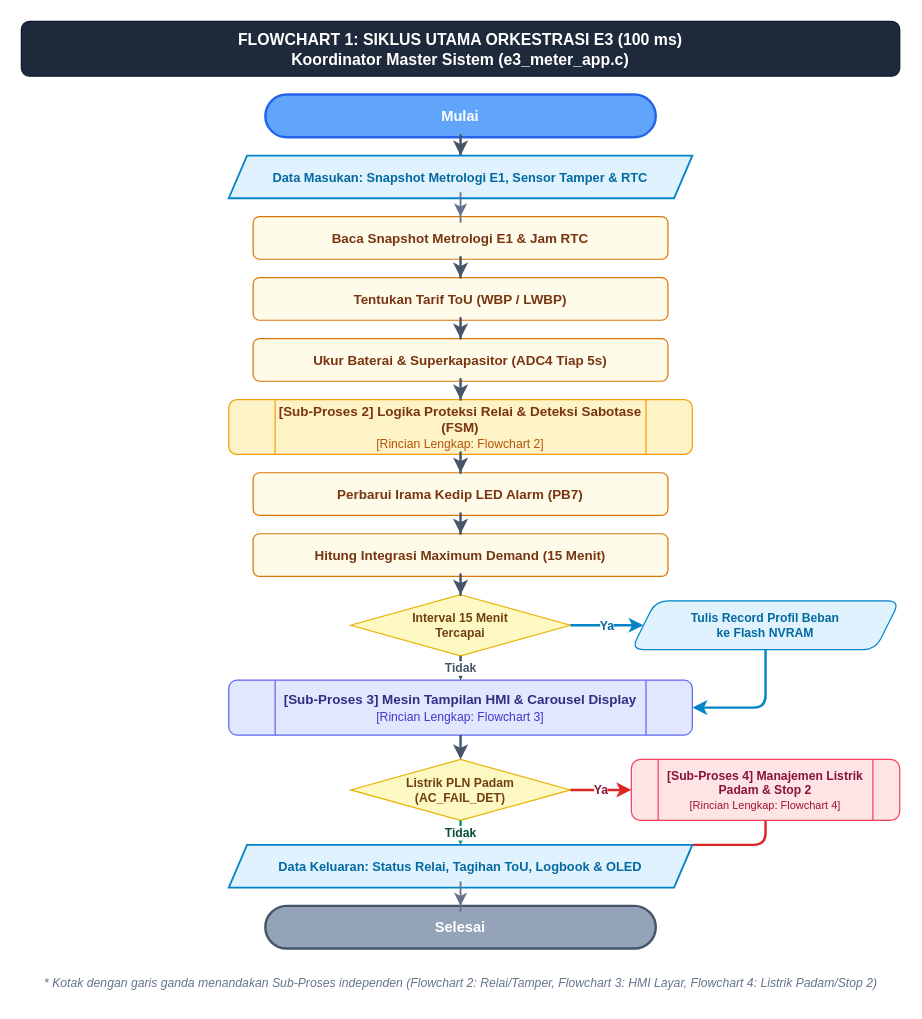
Kevla27/ALLIN keeps this draw.io diagram as page "1. Siklus Utama E3 (100ms)" (1 of 4) of docs/e3_modular_flowcharts.drawio. Above is the earlier version. Source tidied: cells renumbered, new cells numbered last; positions are measured from the earlier drawing's top-left corner, leaving out a move shared by most shapes. Both pictures are drawn from the tidied source at 122%, with x=0, y=0 at pixel (21, 21).
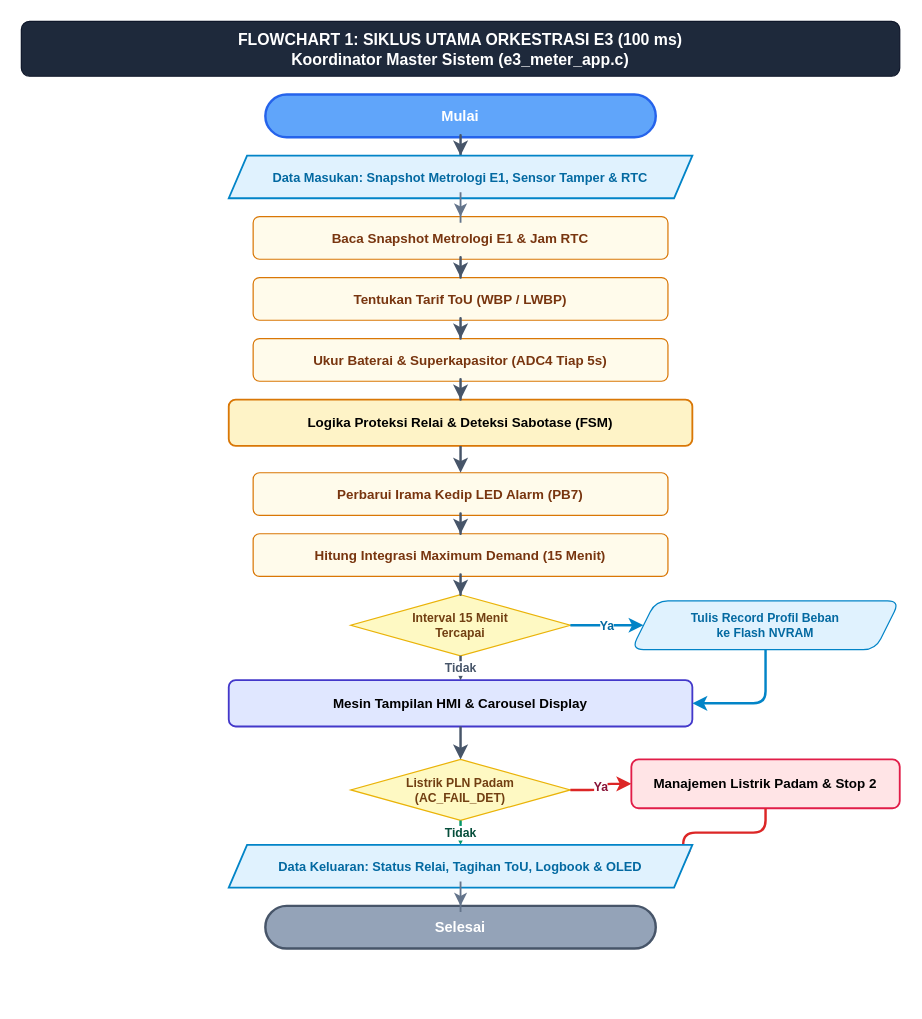
The same diagram, later.

Commit message (it also covers changes not shown here):
docs(flowchart): ubah seluruh kotak sub-proses garis ganda menjadi simbol proses biasa 1 garis

What changed in the source:
```diff
@@
-    <mxCell id="7" value="&lt;b&gt;[Sub-Proses 2] Logika Proteksi Relai &amp;amp; Deteksi Sabotase (FSM)&lt;/b&gt;&lt;br/&gt;&lt;font style=&quot;font-size:10px;color:#b45309;&quot;&gt;[Rincian Lengkap: Flowchart 2]&lt;/font&gt;" style="shape=process;backgroundOutline=1;rounded=1;whiteSpace=wrap;html=1;fillColor=#fef3c7;strokeColor=#f59e0b;fontColor=#78350f;fontSize=11;align=center;" parent="1" vertex="1">
-      <mxGeometry x="170" y="310" width="380" height="45" as="geometry" />
+    <mxCell id="7" value="&lt;b&gt;Logika Proteksi Relai &amp;amp; Deteksi Sabotase (FSM)&lt;/b&gt;" style="rounded=1;whiteSpace=wrap;html=1;fillColor=#fef3c7;strokeColor=#d97706;strokeWidth=1.5;fontColor=#000000;fontSize=11;fontFamily=Helvetica;align=center;" parent="1" vertex="1">
+      <mxGeometry x="170" y="310" width="380" height="38" as="geometry" />
     </mxCell>
@@
-    <mxCell id="12" value="&lt;b&gt;[Sub-Proses 3] Mesin Tampilan HMI &amp;amp; Carousel Display&lt;/b&gt;&lt;br/&gt;&lt;font style=&quot;font-size:10px;color:#4338ca;&quot;&gt;[Rincian Lengkap: Flowchart 3]&lt;/font&gt;" style="shape=process;backgroundOutline=1;rounded=1;whiteSpace=wrap;html=1;fillColor=#e0e7ff;strokeColor=#6366f1;fontColor=#312e81;fontSize=11;align=center;" parent="1" vertex="1">
-      <mxGeometry x="170" y="540" width="380" height="45" as="geometry" />
+    <mxCell id="12" value="&lt;b&gt;Mesin Tampilan HMI &amp;amp; Carousel Display&lt;/b&gt;" style="rounded=1;whiteSpace=wrap;html=1;fillColor=#e0e7ff;strokeColor=#4338ca;strokeWidth=1.5;fontColor=#000000;fontSize=11;fontFamily=Helvetica;align=center;" parent="1" vertex="1">
+      <mxGeometry x="170" y="540" width="380" height="38" as="geometry" />
     </mxCell>
@@
-    <mxCell id="14" value="&lt;b&gt;[Sub-Proses 4] Manajemen Listrik Padam &amp;amp; Stop 2&lt;/b&gt;&lt;br/&gt;&lt;font style=&quot;font-size:9px;color:#9f1239;&quot;&gt;[Rincian Lengkap: Flowchart 4]&lt;/font&gt;" style="shape=process;backgroundOutline=1;rounded=1;whiteSpace=wrap;html=1;fillColor=#ffe4e6;strokeColor=#f43f5e;fontColor=#881337;fontSize=10;align=center;" parent="1" vertex="1">
-      <mxGeometry x="500" y="605" width="220" height="50" as="geometry" />
+    <mxCell id="14" value="&lt;b&gt;Manajemen Listrik Padam &amp;amp; Stop 2&lt;/b&gt;" style="rounded=1;whiteSpace=wrap;html=1;fillColor=#ffe4e6;strokeColor=#e11d48;strokeWidth=1.5;fontColor=#000000;fontSize=11;fontFamily=Helvetica;align=center;" parent="1" vertex="1">
+      <mxGeometry x="500" y="605" width="220" height="40" as="geometry" />
     </mxCell>
@@
-    <mxCell id="16" value="&lt;i&gt;* Kotak dengan garis ganda menandakan Sub-Proses independen (Flowchart 2: Relai/Tamper, Flowchart 3: HMI Layar, Flowchart 4: Listrik Padam/Stop 2)&lt;/i&gt;" style="text;html=1;align=center;verticalAlign=middle;fontSize=10;fontColor=#64748b;" parent="1" vertex="1">
-      <mxGeometry y="775" width="720" height="25" as="geometry" />
-    </mxCell>
```
